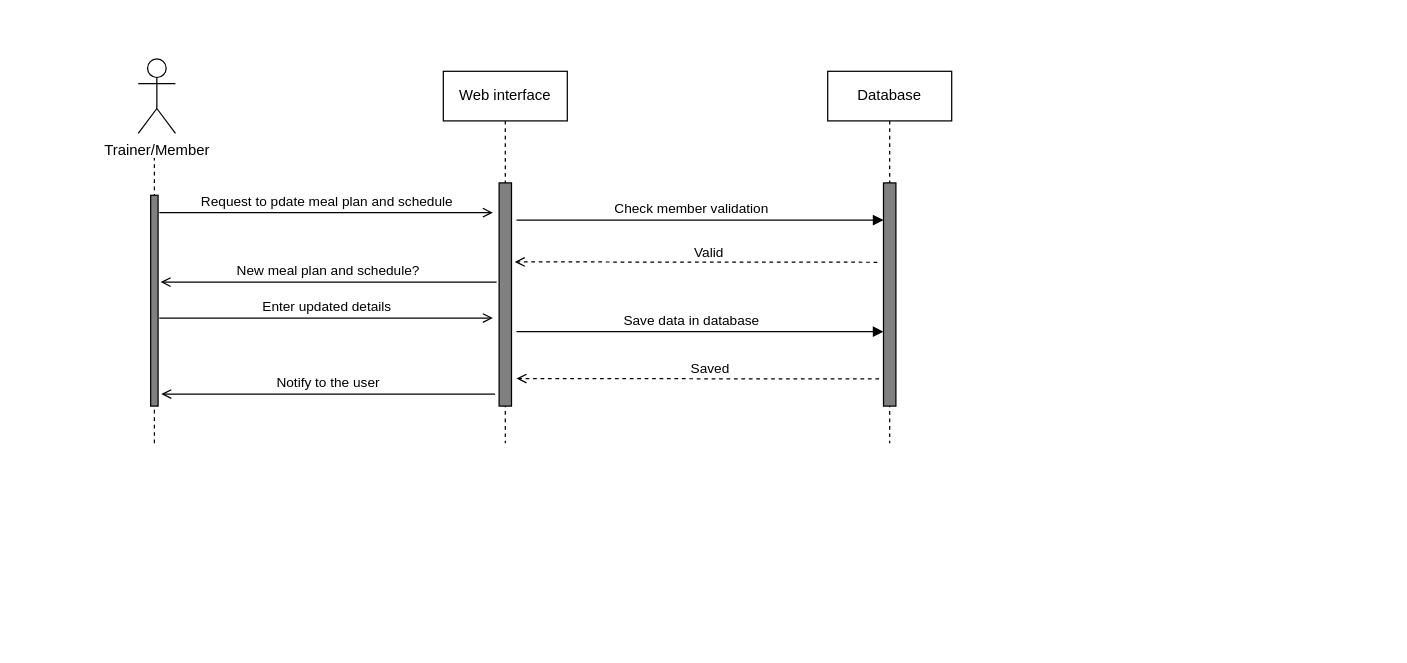
Before: page "Page-9" (9 of 13) of Diagram/Sequence Diagram.drawio in AmilaDissanayake/Group_CS21, a draw.io diagram. Source tidied: cells renumbered, new cells numbered last; positions are measured from the earlier drawing's top-left corner, leaving out a move shared by most shapes. Both pictures are drawn from the tidied source at 124%, with x=0, y=0 at pixel (138, 58).
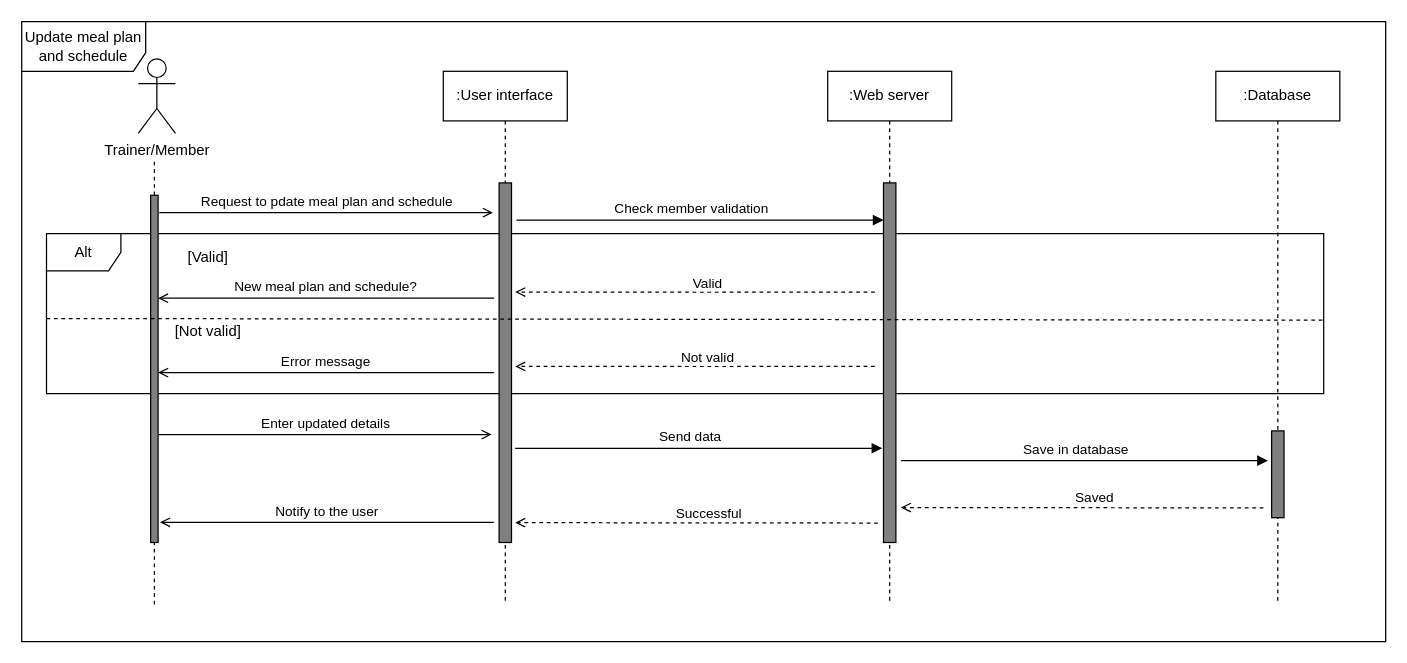
The same diagram, later.

Diff of the diagram source:
```diff
@@
+    <mxCell id="21" value="Alt" style="shape=umlFrame;whiteSpace=wrap;html=1;" parent="1" vertex="1">
+      <mxGeometry x="-74" y="141" width="1030" height="129" as="geometry" />
+    </mxCell>
     <mxCell id="2" style="endArrow=none;dashed=1;html=1;" parent="1" edge="1">
       <mxGeometry relative="1" as="geometry">
-        <mxPoint x="13" y="310" as="sourcePoint" />
+        <mxPoint x="13" y="440" as="sourcePoint" />
         <mxPoint x="13" y="80" as="targetPoint" />
       </mxGeometry>
     </mxCell>
@@
     <mxCell id="4" style="html=1;points=[];perimeter=orthogonalPerimeter;fillColor=#808080;" parent="1" vertex="1">
-      <mxGeometry x="10" y="110" width="6" height="170" as="geometry" />
+      <mxGeometry x="10" y="110" width="6" height="280" as="geometry" />
     </mxCell>
-    <mxCell id="5" value="Web interface" style="shape=umlLifeline;perimeter=lifelinePerimeter;whiteSpace=wrap;html=1;" parent="1" vertex="1">
-      <mxGeometry x="246" y="10" width="100" height="300" as="geometry" />
+    <mxCell id="5" value=":User interface" style="shape=umlLifeline;perimeter=lifelinePerimeter;whiteSpace=wrap;html=1;" parent="1" vertex="1">
+      <mxGeometry x="246" y="10" width="100" height="430" as="geometry" />
     </mxCell>
     <mxCell id="6" style="html=1;points=[];perimeter=orthogonalPerimeter;fillColor=#808080;" parent="5" vertex="1">
-      <mxGeometry x="45" y="90" width="10" height="180" as="geometry" />
+      <mxGeometry x="45" y="90" width="10" height="290" as="geometry" />
     </mxCell>
-    <mxCell id="7" value="Database" style="shape=umlLifeline;perimeter=lifelinePerimeter;whiteSpace=wrap;html=1;" parent="1" vertex="1">
-      <mxGeometry x="556" y="10" width="100" height="300" as="geometry" />
+    <mxCell id="7" value=":Web server" style="shape=umlLifeline;perimeter=lifelinePerimeter;whiteSpace=wrap;html=1;" parent="1" vertex="1">
+      <mxGeometry x="556" y="10" width="100" height="430" as="geometry" />
     </mxCell>
     <mxCell id="8" style="html=1;perimeter=orthogonalPerimeter;fillColor=#808080;" parent="7" vertex="1">
-      <mxGeometry x="45" y="90" width="10" height="180" as="geometry" />
+      <mxGeometry x="45" y="90" width="10" height="290" as="geometry" />
     </mxCell>
@@
-    <mxCell id="12" style="html=1;verticalAlign=bottom;labelBackgroundColor=none;endArrow=open;endFill=0;dashed=1;entryX=1.26;entryY=0.354;entryDx=0;entryDy=0;entryPerimeter=0;" parent="1" edge="1" target="6">
+    <mxCell id="12" style="html=1;verticalAlign=bottom;labelBackgroundColor=none;endArrow=open;endFill=0;dashed=1;" parent="1" edge="1">
       <mxGeometry relative="1" as="geometry">
-        <mxPoint x="596" y="164" as="sourcePoint" />
+        <mxPoint x="594" y="188" as="sourcePoint" />
+        <mxPoint x="304" y="188" as="targetPoint" />
       </mxGeometry>
     </mxCell>
@@
     <mxCell id="14" value="New meal plan and schedule?" style="html=1;verticalAlign=bottom;labelBackgroundColor=none;endArrow=open;endFill=0;" parent="1" edge="1">
       <mxGeometry relative="1" as="geometry">
-        <mxPoint x="289" y="180" as="sourcePoint" />
-        <mxPoint x="18" y="180" as="targetPoint" />
+        <mxPoint x="287" y="193" as="sourcePoint" />
+        <mxPoint x="16" y="193" as="targetPoint" />
       </mxGeometry>
     </mxCell>
     <mxCell id="15" value="Enter updated details" style="html=1;verticalAlign=bottom;labelBackgroundColor=none;endArrow=open;endFill=0;" parent="1" edge="1">
       <mxGeometry relative="1" as="geometry">
-        <mxPoint x="17" y="209" as="sourcePoint" />
-        <mxPoint x="286" y="209" as="targetPoint" />
+        <mxPoint x="16" y="303" as="sourcePoint" />
+        <mxPoint x="285" y="303" as="targetPoint" />
       </mxGeometry>
     </mxCell>
     <mxCell id="16" style="html=1;verticalAlign=bottom;labelBackgroundColor=none;endArrow=block;endFill=1;" parent="1" edge="1">
       <mxGeometry relative="1" as="geometry">
-        <mxPoint x="305" y="220" as="sourcePoint" />
-        <mxPoint x="601" y="220" as="targetPoint" />
+        <mxPoint x="304" y="314" as="sourcePoint" />
+        <mxPoint x="600" y="314" as="targetPoint" />
       </mxGeometry>
     </mxCell>
-    <mxCell id="17" value="Save data in database" style="edgeLabel;html=1;align=center;verticalAlign=middle;" parent="16" vertex="1">
+    <mxCell id="17" value="Send data" style="edgeLabel;html=1;align=center;verticalAlign=middle;" parent="16" vertex="1">
       <mxGeometry x="-0.18" y="2" relative="1" as="geometry">
         <mxPoint x="19" y="-8" as="offset" />
       </mxGeometry>
     </mxCell>
     <mxCell id="18" style="html=1;verticalAlign=bottom;labelBackgroundColor=none;endArrow=open;endFill=0;dashed=1;entryX=1.26;entryY=0.354;entryDx=0;entryDy=0;entryPerimeter=0;" parent="1" edge="1">
       <mxGeometry relative="1" as="geometry">
-        <mxPoint x="597.4" y="258.1" as="sourcePoint" />
-        <mxPoint x="305" y="257.8" as="targetPoint" />
+        <mxPoint x="596.4" y="374.3" as="sourcePoint" />
+        <mxPoint x="304" y="374" as="targetPoint" />
       </mxGeometry>
     </mxCell>
-    <mxCell id="19" value="Saved" style="edgeLabel;html=1;align=center;verticalAlign=middle;" parent="18" vertex="1">
+    <mxCell id="19" value="Successful" style="edgeLabel;html=1;align=center;verticalAlign=middle;" parent="18" vertex="1">
       <mxGeometry x="-0.07" y="-5" relative="1" as="geometry">
         <mxPoint x="-1" y="-3" as="offset" />
       </mxGeometry>
     </mxCell>
-    <mxCell id="20" value="Notify to the user" style="html=1;verticalAlign=bottom;labelBackgroundColor=none;endArrow=open;endFill=0;exitX=-0.327;exitY=0.946;exitDx=0;exitDy=0;exitPerimeter=0;entryX=1.421;entryY=0.943;entryDx=0;entryDy=0;entryPerimeter=0;" parent="1" edge="1" source="6" target="4">
-      <mxGeometry relative="1" as="geometry" />
+    <mxCell id="20" value="Notify to the user" style="html=1;verticalAlign=bottom;labelBackgroundColor=none;endArrow=open;endFill=0;exitX=-0.327;exitY=0.946;exitDx=0;exitDy=0;exitPerimeter=0;entryX=1.421;entryY=0.943;entryDx=0;entryDy=0;entryPerimeter=0;" parent="1" edge="1">
+      <mxGeometry relative="1" as="geometry">
+        <mxPoint x="286.7" y="373.7" as="sourcePoint" />
+        <mxPoint x="17.5" y="373.7" as="targetPoint" />
+      </mxGeometry>
     </mxCell>
+    <mxCell id="22" value=":Database" style="shape=umlLifeline;perimeter=lifelinePerimeter;whiteSpace=wrap;html=1;" parent="1" vertex="1">
+      <mxGeometry x="869" y="10" width="100" height="430" as="geometry" />
+    </mxCell>
+    <mxCell id="23" style="html=1;perimeter=orthogonalPerimeter;fillColor=#808080;" parent="22" vertex="1">
+      <mxGeometry x="45" y="290" width="10" height="70" as="geometry" />
+    </mxCell>
+    <mxCell id="24" style="html=1;verticalAlign=bottom;labelBackgroundColor=none;endArrow=block;endFill=1;" parent="1" edge="1">
+      <mxGeometry relative="1" as="geometry">
+        <mxPoint x="615" y="324" as="sourcePoint" />
+        <mxPoint x="911" y="324" as="targetPoint" />
+      </mxGeometry>
+    </mxCell>
+    <mxCell id="25" value="Save in database" style="edgeLabel;html=1;align=center;verticalAlign=middle;" parent="24" vertex="1">
+      <mxGeometry x="-0.18" y="2" relative="1" as="geometry">
+        <mxPoint x="19" y="-8" as="offset" />
+      </mxGeometry>
+    </mxCell>
+    <mxCell id="26" style="html=1;verticalAlign=bottom;labelBackgroundColor=none;endArrow=open;endFill=0;dashed=1;entryX=1.26;entryY=0.354;entryDx=0;entryDy=0;entryPerimeter=0;" parent="1" edge="1">
+      <mxGeometry relative="1" as="geometry">
+        <mxPoint x="907.4" y="362.1" as="sourcePoint" />
+        <mxPoint x="615" y="361.8" as="targetPoint" />
+      </mxGeometry>
+    </mxCell>
+    <mxCell id="27" value="Saved" style="edgeLabel;html=1;align=center;verticalAlign=middle;" parent="26" vertex="1">
+      <mxGeometry x="-0.07" y="-5" relative="1" as="geometry">
+        <mxPoint x="-1" y="-3" as="offset" />
+      </mxGeometry>
+    </mxCell>
+    <mxCell id="28" value="[Valid]" style="text;html=1;align=center;verticalAlign=middle;strokeColor=none;" parent="1" vertex="1">
+      <mxGeometry x="31" y="150" width="50" height="20" as="geometry" />
+    </mxCell>
+    <mxCell id="29" style="endArrow=none;dashed=1;html=1;exitX=0;exitY=0.53;exitDx=0;exitDy=0;exitPerimeter=0;entryX=0.999;entryY=0.54;entryDx=0;entryDy=0;entryPerimeter=0;" parent="1" edge="1" source="21" target="21">
+      <mxGeometry relative="1" as="geometry" />
+    </mxCell>
+    <mxCell id="30" style="html=1;verticalAlign=bottom;labelBackgroundColor=none;endArrow=open;endFill=0;dashed=1;" parent="1" edge="1">
+      <mxGeometry relative="1" as="geometry">
+        <mxPoint x="594" y="248" as="sourcePoint" />
+        <mxPoint x="304" y="248" as="targetPoint" />
+      </mxGeometry>
+    </mxCell>
+    <mxCell id="31" value="Not valid" style="edgeLabel;html=1;align=center;verticalAlign=middle;" parent="30" vertex="1">
+      <mxGeometry x="-0.07" y="-5" relative="1" as="geometry">
+        <mxPoint x="-1" y="-3" as="offset" />
+      </mxGeometry>
+    </mxCell>
+    <mxCell id="32" value="Error message" style="html=1;verticalAlign=bottom;labelBackgroundColor=none;endArrow=open;endFill=0;" parent="1" edge="1">
+      <mxGeometry relative="1" as="geometry">
+        <mxPoint x="287" y="253" as="sourcePoint" />
+        <mxPoint x="16" y="253" as="targetPoint" />
+      </mxGeometry>
+    </mxCell>
+    <mxCell id="33" value="[Not valid]" style="text;html=1;align=center;verticalAlign=middle;strokeColor=none;" parent="1" vertex="1">
+      <mxGeometry x="21" y="210" width="70" height="20" as="geometry" />
+    </mxCell>
+    <mxCell id="34" value="Update meal plan and schedule" style="shape=umlFrame;whiteSpace=wrap;html=1;width=100;height=40;" parent="1" vertex="1">
+      <mxGeometry x="-94" y="-30" width="1100" height="500" as="geometry" />
+    </mxCell>
```
